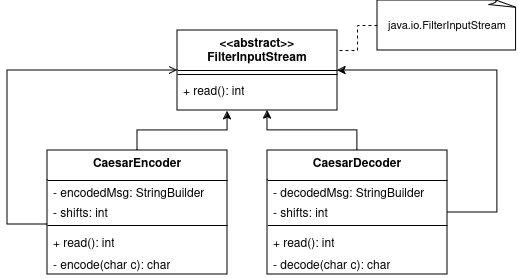
This is src/main/java/caesarcracker/diagrams/caesarcracker_class_diagram.png from ValenButtignol/oo-design-final, a draw.io export, as it was before one commit. Source tidied: cells renumbered, new cells last; positions are measured from the earlier drawing's top-left corner, leaving out a move shared by most shapes.
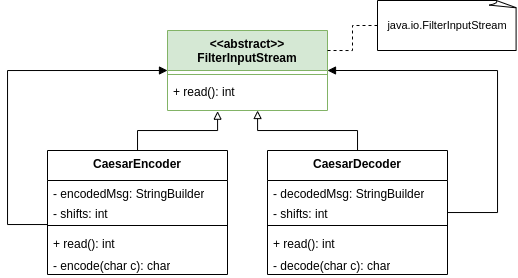
The same diagram one commit later.

Commit message:
Fix class diagram for caesar cracker and prime numbers with strategy

Change to the diagram source:
```diff
@@ -2,8 +2,8 @@
   <root>
     <mxCell id="0" />
     <mxCell id="1" parent="0" />
-    <mxCell id="2" value="&lt;div&gt;&amp;lt;&amp;lt;abstract&amp;gt;&amp;gt;&lt;br&gt;&lt;/div&gt;&lt;div&gt;FilterInputStream&lt;/div&gt;" style="swimlane;fontStyle=1;align=center;verticalAlign=top;horizontal=1;startSize=40;whiteSpace=wrap;html=1;" parent="1" vertex="1">
-      <mxGeometry x="170" y="30" width="160" height="80" as="geometry" />
+    <mxCell id="2" value="&lt;div&gt;&amp;lt;&amp;lt;abstract&amp;gt;&amp;gt;&lt;br&gt;&lt;/div&gt;&lt;div&gt;FilterInputStream&lt;/div&gt;" style="swimlane;fontStyle=1;align=center;verticalAlign=top;horizontal=1;startSize=40;whiteSpace=wrap;html=1;fillColor=#d5e8d4;strokeColor=#82b366;" parent="1" vertex="1">
+      <mxGeometry x="160" y="30" width="160" height="80" as="geometry" />
     </mxCell>
     <mxCell id="3" style="line;strokeWidth=1;fillColor=none;align=left;verticalAlign=middle;spacingTop=-1;spacingLeft=3;spacingRight=3;labelPosition=right;strokeColor=inherit;" parent="2" vertex="1">
       <mxGeometry y="40" width="160" height="8" as="geometry" />
@@ -17,30 +17,30 @@
     <mxCell id="6" value="&lt;div&gt;- encodedMsg: StringBuilder&lt;/div&gt;" style="text;strokeColor=none;fillColor=none;align=left;verticalAlign=top;spacingLeft=4;spacingRight=4;overflow=hidden;whiteSpace=wrap;html=1;" parent="5" vertex="1">
       <mxGeometry y="30" width="180" height="20" as="geometry" />
     </mxCell>
-    <mxCell id="7" value="&lt;div&gt;- shifts: int&lt;/div&gt;" style="text;strokeColor=none;fillColor=none;align=left;verticalAlign=top;spacingLeft=4;spacingRight=4;overflow=hidden;whiteSpace=wrap;html=1;" parent="5" vertex="1">
-      <mxGeometry y="50" width="180" height="20" as="geometry" />
-    </mxCell>
-    <mxCell id="8" style="line;strokeWidth=1;fillColor=none;align=left;verticalAlign=middle;spacingTop=-1;spacingLeft=3;spacingRight=3;labelPosition=right;points=[];portConstraint=eastwest;strokeColor=inherit;" parent="5" vertex="1">
-      <mxGeometry y="70" width="180" height="10" as="geometry" />
-    </mxCell>
-    <mxCell id="9" value="+ read(): int" style="text;strokeColor=none;fillColor=none;align=left;verticalAlign=top;spacingLeft=4;spacingRight=4;overflow=hidden;whiteSpace=wrap;html=1;" parent="5" vertex="1">
-      <mxGeometry y="80" width="180" height="22" as="geometry" />
-    </mxCell>
+    <mxCell id="23" value="&lt;div&gt;- shifts: int&lt;/div&gt;" style="text;strokeColor=none;fillColor=none;align=left;verticalAlign=top;spacingLeft=4;spacingRight=4;overflow=hidden;whiteSpace=wrap;html=1;" parent="5" vertex="1">
+      <mxGeometry y="50" width="180" height="20" as="geometry" />
+    </mxCell>
+    <mxCell id="24" style="line;strokeWidth=1;fillColor=none;align=left;verticalAlign=middle;spacingTop=-1;spacingLeft=3;spacingRight=3;labelPosition=right;points=[];portConstraint=eastwest;strokeColor=inherit;" parent="5" vertex="1">
+      <mxGeometry y="70" width="180" height="10" as="geometry" />
+    </mxCell>
+    <mxCell id="25" value="+ read(): int" style="text;strokeColor=none;fillColor=none;align=left;verticalAlign=top;spacingLeft=4;spacingRight=4;overflow=hidden;whiteSpace=wrap;html=1;" parent="5" vertex="1">
+      <mxGeometry y="80" width="180" height="22" as="geometry" />
+    </mxCell>
     <mxCell id="10" value="- encode(char c): char" style="text;strokeColor=none;fillColor=none;align=left;verticalAlign=top;spacingLeft=4;spacingRight=4;overflow=hidden;whiteSpace=wrap;html=1;" parent="5" vertex="1">
       <mxGeometry y="102" width="180" height="22" as="geometry" />
     </mxCell>
-    <mxCell id="11" style="edgeStyle=orthogonalEdgeStyle;rounded=0;jettySize=auto;html=1;entryX=0.313;entryY=1.021;entryDx=0;entryDy=0;entryPerimeter=0;" parent="1" edge="1" source="5" target="4">
+    <mxCell id="11" style="edgeStyle=orthogonalEdgeStyle;rounded=0;jettySize=auto;html=1;entryX=0.313;entryY=1.021;entryDx=0;entryDy=0;entryPerimeter=0;endArrow=block;endFill=0;" parent="1" edge="1" source="5" target="4">
       <mxGeometry relative="1" as="geometry" />
     </mxCell>
-    <mxCell id="12" style="edgeStyle=orthogonalEdgeStyle;rounded=0;jettySize=auto;html=1;entryX=0;entryY=0.5;entryDx=0;entryDy=0;endArrow=open;endFill=0;" parent="1" edge="1" source="8" target="2">
-      <mxGeometry relative="1" as="geometry">
-        <Array as="points">
-          <mxPoint y="224" />
-          <mxPoint y="70" />
-        </Array>
-      </mxGeometry>
-    </mxCell>
+    <mxCell id="26" style="edgeStyle=orthogonalEdgeStyle;rounded=0;jettySize=auto;html=1;entryX=0;entryY=0.5;entryDx=0;entryDy=0;endArrow=block;endFill=1;" parent="1" edge="1" source="24" target="2">
+      <mxGeometry relative="1" as="geometry">
+        <Array as="points">
+          <mxPoint y="224" />
+          <mxPoint y="70" />
+        </Array>
+      </mxGeometry>
+    </mxCell>
-    <mxCell id="13" style="edgeStyle=orthogonalEdgeStyle;rounded=0;jettySize=auto;html=1;entryX=1;entryY=0.5;entryDx=0;entryDy=0;" parent="1" edge="1" source="14" target="2">
+    <mxCell id="13" style="edgeStyle=orthogonalEdgeStyle;rounded=0;jettySize=auto;html=1;entryX=1;entryY=0.5;entryDx=0;entryDy=0;endArrow=block;endFill=1;" parent="1" edge="1" source="14" target="2">
       <mxGeometry relative="1" as="geometry">
         <Array as="points">
           <mxPoint x="490" y="212" />
@@ -54,15 +54,15 @@
     <mxCell id="15" value="&lt;div&gt;- decodedMsg: StringBuilder&lt;/div&gt;" style="text;strokeColor=none;fillColor=none;align=left;verticalAlign=top;spacingLeft=4;spacingRight=4;overflow=hidden;whiteSpace=wrap;html=1;" parent="14" vertex="1">
       <mxGeometry y="30" width="180" height="20" as="geometry" />
     </mxCell>
-    <mxCell id="16" value="&lt;div&gt;- shifts: int&lt;/div&gt;" style="text;strokeColor=none;fillColor=none;align=left;verticalAlign=top;spacingLeft=4;spacingRight=4;overflow=hidden;whiteSpace=wrap;html=1;" parent="14" vertex="1">
-      <mxGeometry y="50" width="180" height="20" as="geometry" />
-    </mxCell>
-    <mxCell id="17" style="line;strokeWidth=1;fillColor=none;align=left;verticalAlign=middle;spacingTop=-1;spacingLeft=3;spacingRight=3;labelPosition=right;strokeColor=inherit;" parent="14" vertex="1">
-      <mxGeometry y="70" width="180" height="10" as="geometry" />
-    </mxCell>
-    <mxCell id="18" value="+ read(): int" style="text;strokeColor=none;fillColor=none;align=left;verticalAlign=top;spacingLeft=4;spacingRight=4;overflow=hidden;whiteSpace=wrap;html=1;" parent="14" vertex="1">
-      <mxGeometry y="80" width="180" height="22" as="geometry" />
-    </mxCell>
+    <mxCell id="27" value="&lt;div&gt;- shifts: int&lt;/div&gt;" style="text;strokeColor=none;fillColor=none;align=left;verticalAlign=top;spacingLeft=4;spacingRight=4;overflow=hidden;whiteSpace=wrap;html=1;" parent="14" vertex="1">
+      <mxGeometry y="50" width="180" height="20" as="geometry" />
+    </mxCell>
+    <mxCell id="28" style="line;strokeWidth=1;fillColor=none;align=left;verticalAlign=middle;spacingTop=-1;spacingLeft=3;spacingRight=3;labelPosition=right;strokeColor=inherit;" parent="14" vertex="1">
+      <mxGeometry y="70" width="180" height="10" as="geometry" />
+    </mxCell>
+    <mxCell id="29" value="+ read(): int" style="text;strokeColor=none;fillColor=none;align=left;verticalAlign=top;spacingLeft=4;spacingRight=4;overflow=hidden;whiteSpace=wrap;html=1;" parent="14" vertex="1">
+      <mxGeometry y="80" width="180" height="22" as="geometry" />
+    </mxCell>
     <mxCell id="19" value="- decode(char c): char" style="text;strokeColor=none;fillColor=none;align=left;verticalAlign=top;spacingLeft=4;spacingRight=4;overflow=hidden;whiteSpace=wrap;html=1;" parent="14" vertex="1">
       <mxGeometry y="102" width="180" height="22" as="geometry" />
     </mxCell>
@@ -72,7 +72,7 @@
     <mxCell id="21" value="&lt;div style=&quot;font-size: 11px;&quot;&gt;&lt;font style=&quot;font-size: 11px;&quot;&gt;&lt;br&gt;&lt;/font&gt;&lt;/div&gt;&lt;div style=&quot;font-size: 11px;&quot;&gt;&lt;font style=&quot;font-size: 11px;&quot;&gt;java.io.FilterInputStream&lt;/font&gt;&lt;/div&gt;&lt;div style=&quot;font-size: 11px;&quot;&gt;&lt;font style=&quot;font-size: 11px;&quot;&gt;&lt;br&gt;&lt;/font&gt;&lt;/div&gt;" style="whiteSpace=wrap;html=1;shape=mxgraph.basic.document;" parent="1" vertex="1">
       <mxGeometry x="370" width="140" height="50" as="geometry" />
     </mxCell>
-    <mxCell id="22" style="edgeStyle=orthogonalEdgeStyle;rounded=0;jettySize=auto;html=1;entryX=0.563;entryY=1;entryDx=0;entryDy=0;entryPerimeter=0;" parent="1" edge="1" source="14" target="4">
+    <mxCell id="22" style="edgeStyle=orthogonalEdgeStyle;rounded=0;jettySize=auto;html=1;entryX=0.563;entryY=1;entryDx=0;entryDy=0;entryPerimeter=0;endArrow=block;endFill=0;" parent="1" edge="1" source="14" target="4">
       <mxGeometry relative="1" as="geometry" />
     </mxCell>
   </root>
```
